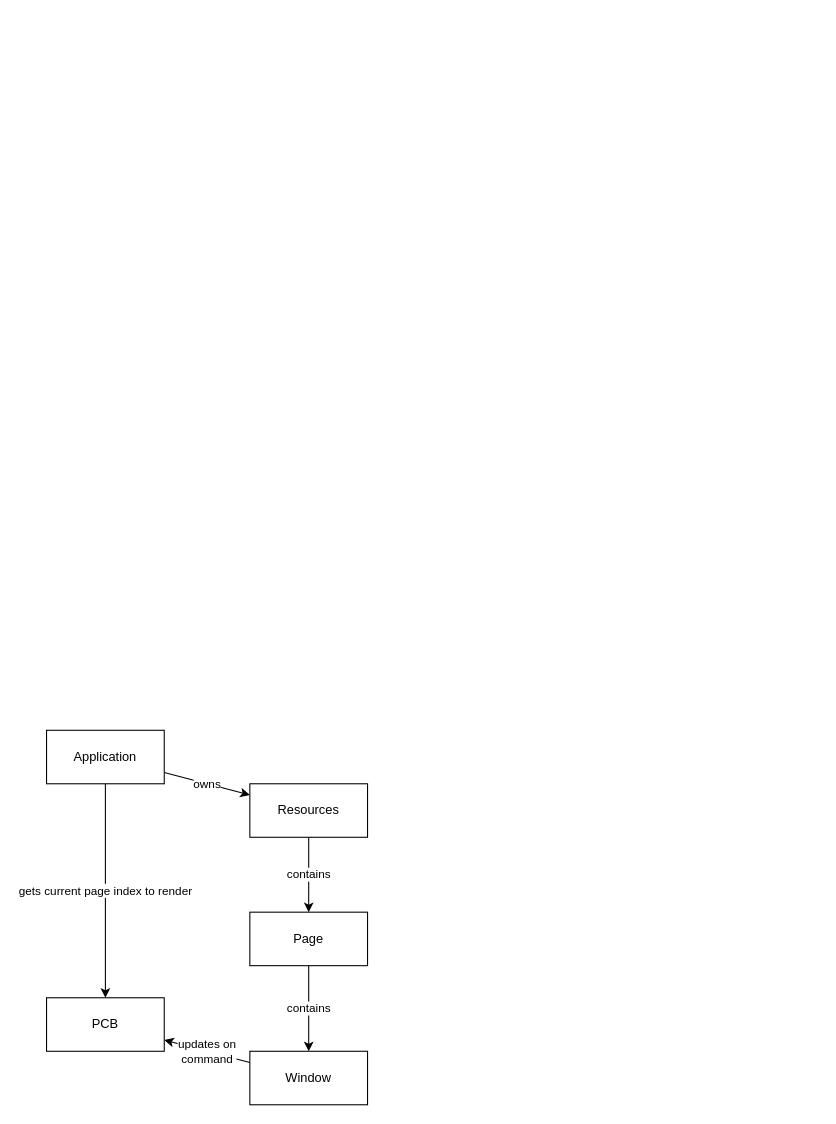
Earlier version of the draw.io diagram docs/cli.drawio (dohuyminh/like-a-chess-engine). Source tidied: cells renumbered, new cells numbered last; positions are measured from the earlier drawing's top-left corner, leaving out a move shared by most shapes. Both pictures are drawn from the tidied source at 107%, with x=0, y=0 at pixel (46, 730).
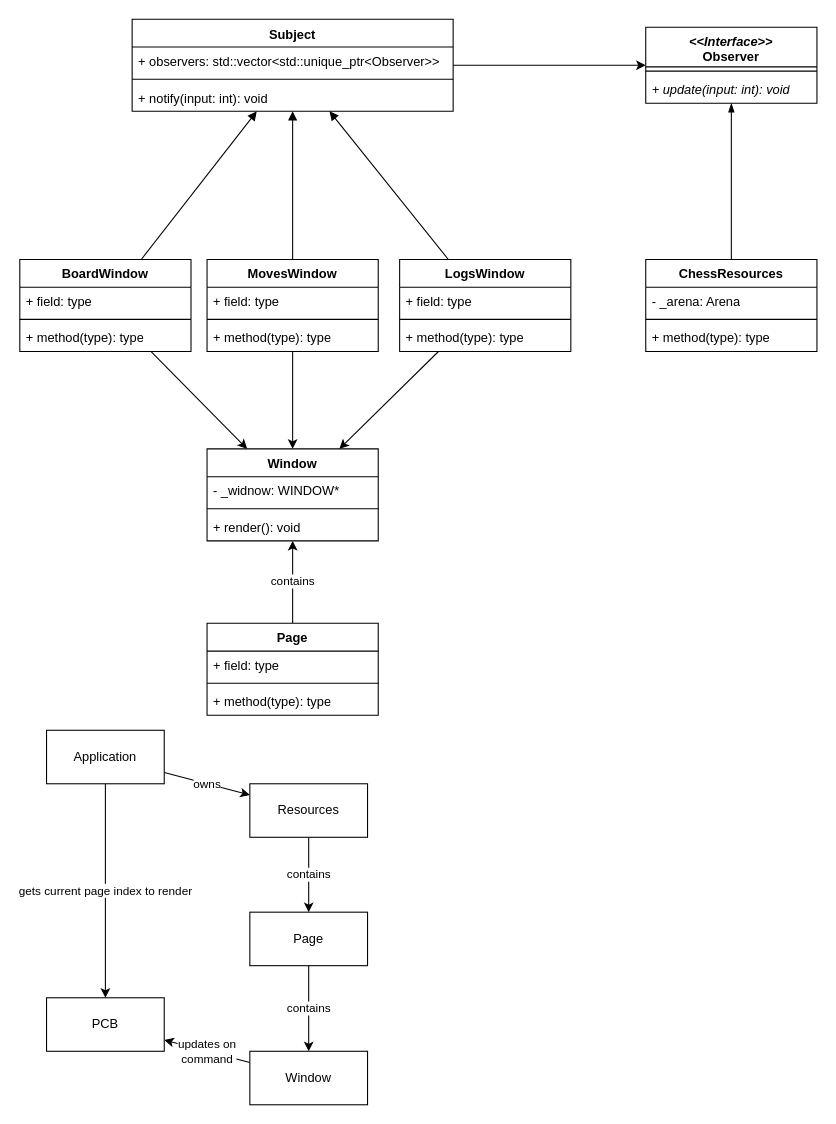
Above is the later version.

Change to the diagram source:
```diff
@@
+    <mxCell id="12" style="edgeStyle=none;html=1;" parent="1" edge="1" source="13" target="17">
+      <mxGeometry relative="1" as="geometry" />
+    </mxCell>
+    <mxCell id="13" value="Subject" style="swimlane;fontStyle=1;align=center;verticalAlign=top;horizontal=1;startSize=26;whiteSpace=wrap;html=1;" parent="1" vertex="1">
+      <mxGeometry x="80" y="-664.5" width="300" height="86" as="geometry" />
+    </mxCell>
+    <mxCell id="14" value="+ observers: std::vector&amp;lt;std::unique_ptr&amp;lt;Observer&amp;gt;&amp;gt;" style="text;strokeColor=none;fillColor=none;align=left;verticalAlign=top;spacingLeft=4;spacingRight=4;overflow=hidden;whiteSpace=wrap;html=1;" parent="13" vertex="1">
+      <mxGeometry y="26" width="300" height="26" as="geometry" />
+    </mxCell>
+    <mxCell id="15" style="line;strokeWidth=1;fillColor=none;align=left;verticalAlign=middle;spacingTop=-1;spacingLeft=3;spacingRight=3;labelPosition=right;strokeColor=inherit;" parent="13" vertex="1">
+      <mxGeometry y="52" width="300" height="8" as="geometry" />
+    </mxCell>
+    <mxCell id="16" value="+ notify(input: int): void" style="text;strokeColor=none;fillColor=none;align=left;verticalAlign=top;spacingLeft=4;spacingRight=4;overflow=hidden;whiteSpace=wrap;html=1;" parent="13" vertex="1">
+      <mxGeometry y="60" width="300" height="26" as="geometry" />
+    </mxCell>
+    <mxCell id="17" value="&lt;div&gt;&lt;i&gt;&amp;lt;&amp;lt;Interface&amp;gt;&amp;gt;&lt;/i&gt;&lt;/div&gt;Observer" style="swimlane;fontStyle=1;align=center;verticalAlign=top;horizontal=1;startSize=37;whiteSpace=wrap;html=1;" parent="1" vertex="1">
+      <mxGeometry x="560" y="-657" width="160" height="71" as="geometry" />
+    </mxCell>
+    <mxCell id="18" style="line;strokeWidth=1;fillColor=none;align=left;verticalAlign=middle;spacingTop=-1;spacingLeft=3;spacingRight=3;labelPosition=right;strokeColor=inherit;" parent="17" vertex="1">
+      <mxGeometry y="37" width="160" height="8" as="geometry" />
+    </mxCell>
+    <mxCell id="19" value="+ update(input: int): void" style="text;strokeColor=none;fillColor=none;align=left;verticalAlign=top;spacingLeft=4;spacingRight=4;overflow=hidden;whiteSpace=wrap;html=1;fontStyle=2;" parent="17" vertex="1">
+      <mxGeometry y="45" width="160" height="26" as="geometry" />
+    </mxCell>
+    <mxCell id="20" style="edgeStyle=none;html=1;endArrow=blockThin;endFill=1;" parent="1" edge="1" source="21" target="17">
+      <mxGeometry relative="1" as="geometry" />
+    </mxCell>
+    <mxCell id="21" value="ChessResources" style="swimlane;fontStyle=1;align=center;verticalAlign=top;horizontal=1;startSize=26;whiteSpace=wrap;html=1;" parent="1" vertex="1">
+      <mxGeometry x="560" y="-440" width="160" height="86" as="geometry" />
+    </mxCell>
+    <mxCell id="22" value="- _arena: Arena" style="text;strokeColor=none;fillColor=none;align=left;verticalAlign=top;spacingLeft=4;spacingRight=4;overflow=hidden;whiteSpace=wrap;html=1;" parent="21" vertex="1">
+      <mxGeometry y="26" width="160" height="26" as="geometry" />
+    </mxCell>
+    <mxCell id="23" style="line;strokeWidth=1;fillColor=none;align=left;verticalAlign=middle;spacingTop=-1;spacingLeft=3;spacingRight=3;labelPosition=right;strokeColor=inherit;" parent="21" vertex="1">
+      <mxGeometry y="52" width="160" height="8" as="geometry" />
+    </mxCell>
+    <mxCell id="24" value="+ method(type): type" style="text;strokeColor=none;fillColor=none;align=left;verticalAlign=top;spacingLeft=4;spacingRight=4;overflow=hidden;whiteSpace=wrap;html=1;" parent="21" vertex="1">
+      <mxGeometry y="60" width="160" height="26" as="geometry" />
+    </mxCell>
+    <mxCell id="25" value="Window" style="swimlane;fontStyle=1;align=center;verticalAlign=top;horizontal=1;startSize=26;whiteSpace=wrap;html=1;" parent="1" vertex="1">
+      <mxGeometry x="150" y="-263" width="160" height="86" as="geometry" />
+    </mxCell>
+    <mxCell id="26" value="- _widnow: WINDOW*" style="text;strokeColor=none;fillColor=none;align=left;verticalAlign=top;spacingLeft=4;spacingRight=4;overflow=hidden;whiteSpace=wrap;html=1;" parent="25" vertex="1">
+      <mxGeometry y="26" width="160" height="26" as="geometry" />
+    </mxCell>
+    <mxCell id="27" style="line;strokeWidth=1;fillColor=none;align=left;verticalAlign=middle;spacingTop=-1;spacingLeft=3;spacingRight=3;labelPosition=right;strokeColor=inherit;" parent="25" vertex="1">
+      <mxGeometry y="52" width="160" height="8" as="geometry" />
+    </mxCell>
+    <mxCell id="28" value="+ render(): void" style="text;strokeColor=none;fillColor=none;align=left;verticalAlign=top;spacingLeft=4;spacingRight=4;overflow=hidden;whiteSpace=wrap;html=1;" parent="25" vertex="1">
+      <mxGeometry y="60" width="160" height="26" as="geometry" />
+    </mxCell>
+    <mxCell id="29" value="contains" style="edgeStyle=none;html=1;" parent="1" edge="1" source="30" target="25">
+      <mxGeometry relative="1" as="geometry" />
+    </mxCell>
+    <mxCell id="30" value="Page" style="swimlane;fontStyle=1;align=center;verticalAlign=top;horizontal=1;startSize=26;whiteSpace=wrap;html=1;" parent="1" vertex="1">
+      <mxGeometry x="150" y="-100" width="160" height="86" as="geometry" />
+    </mxCell>
+    <mxCell id="31" value="+ field: type" style="text;strokeColor=none;fillColor=none;align=left;verticalAlign=top;spacingLeft=4;spacingRight=4;overflow=hidden;whiteSpace=wrap;html=1;" parent="30" vertex="1">
+      <mxGeometry y="26" width="160" height="26" as="geometry" />
+    </mxCell>
+    <mxCell id="32" style="line;strokeWidth=1;fillColor=none;align=left;verticalAlign=middle;spacingTop=-1;spacingLeft=3;spacingRight=3;labelPosition=right;strokeColor=inherit;" parent="30" vertex="1">
+      <mxGeometry y="52" width="160" height="8" as="geometry" />
+    </mxCell>
+    <mxCell id="33" value="+ method(type): type" style="text;strokeColor=none;fillColor=none;align=left;verticalAlign=top;spacingLeft=4;spacingRight=4;overflow=hidden;whiteSpace=wrap;html=1;" parent="30" vertex="1">
+      <mxGeometry y="60" width="160" height="26" as="geometry" />
+    </mxCell>
+    <mxCell id="34" style="edgeStyle=none;html=1;endArrow=block;endFill=1;" parent="1" edge="1" source="36" target="13">
+      <mxGeometry relative="1" as="geometry" />
+    </mxCell>
+    <mxCell id="35" style="edgeStyle=none;html=1;" parent="1" edge="1" source="36" target="25">
+      <mxGeometry relative="1" as="geometry" />
+    </mxCell>
+    <mxCell id="36" value="BoardWindow" style="swimlane;fontStyle=1;align=center;verticalAlign=top;horizontal=1;startSize=26;whiteSpace=wrap;html=1;" parent="1" vertex="1">
+      <mxGeometry x="-25" y="-440" width="160" height="86" as="geometry" />
+    </mxCell>
+    <mxCell id="37" value="+ field: type" style="text;strokeColor=none;fillColor=none;align=left;verticalAlign=top;spacingLeft=4;spacingRight=4;overflow=hidden;whiteSpace=wrap;html=1;" parent="36" vertex="1">
+      <mxGeometry y="26" width="160" height="26" as="geometry" />
+    </mxCell>
+    <mxCell id="38" style="line;strokeWidth=1;fillColor=none;align=left;verticalAlign=middle;spacingTop=-1;spacingLeft=3;spacingRight=3;labelPosition=right;strokeColor=inherit;" parent="36" vertex="1">
+      <mxGeometry y="52" width="160" height="8" as="geometry" />
+    </mxCell>
+    <mxCell id="39" value="+ method(type): type" style="text;strokeColor=none;fillColor=none;align=left;verticalAlign=top;spacingLeft=4;spacingRight=4;overflow=hidden;whiteSpace=wrap;html=1;" parent="36" vertex="1">
+      <mxGeometry y="60" width="160" height="26" as="geometry" />
+    </mxCell>
+    <mxCell id="40" style="edgeStyle=none;html=1;endArrow=block;endFill=1;" parent="1" edge="1" source="42" target="13">
+      <mxGeometry relative="1" as="geometry" />
+    </mxCell>
+    <mxCell id="41" style="edgeStyle=none;html=1;" parent="1" edge="1" source="42" target="25">
+      <mxGeometry relative="1" as="geometry" />
+    </mxCell>
+    <mxCell id="42" value="MovesWindow" style="swimlane;fontStyle=1;align=center;verticalAlign=top;horizontal=1;startSize=26;whiteSpace=wrap;html=1;" parent="1" vertex="1">
+      <mxGeometry x="150" y="-440" width="160" height="86" as="geometry" />
+    </mxCell>
+    <mxCell id="43" value="+ field: type" style="text;strokeColor=none;fillColor=none;align=left;verticalAlign=top;spacingLeft=4;spacingRight=4;overflow=hidden;whiteSpace=wrap;html=1;" parent="42" vertex="1">
+      <mxGeometry y="26" width="160" height="26" as="geometry" />
+    </mxCell>
+    <mxCell id="44" style="line;strokeWidth=1;fillColor=none;align=left;verticalAlign=middle;spacingTop=-1;spacingLeft=3;spacingRight=3;labelPosition=right;strokeColor=inherit;" parent="42" vertex="1">
+      <mxGeometry y="52" width="160" height="8" as="geometry" />
+    </mxCell>
+    <mxCell id="45" value="+ method(type): type" style="text;strokeColor=none;fillColor=none;align=left;verticalAlign=top;spacingLeft=4;spacingRight=4;overflow=hidden;whiteSpace=wrap;html=1;" parent="42" vertex="1">
+      <mxGeometry y="60" width="160" height="26" as="geometry" />
+    </mxCell>
+    <mxCell id="46" style="edgeStyle=none;html=1;endArrow=block;endFill=1;" parent="1" edge="1" source="48" target="13">
+      <mxGeometry relative="1" as="geometry" />
+    </mxCell>
+    <mxCell id="47" style="edgeStyle=none;html=1;" parent="1" edge="1" source="48" target="25">
+      <mxGeometry relative="1" as="geometry" />
+    </mxCell>
+    <mxCell id="48" value="LogsWindow" style="swimlane;fontStyle=1;align=center;verticalAlign=top;horizontal=1;startSize=26;whiteSpace=wrap;html=1;" parent="1" vertex="1">
+      <mxGeometry x="330" y="-440" width="160" height="86" as="geometry" />
+    </mxCell>
+    <mxCell id="49" value="+ field: type" style="text;strokeColor=none;fillColor=none;align=left;verticalAlign=top;spacingLeft=4;spacingRight=4;overflow=hidden;whiteSpace=wrap;html=1;" parent="48" vertex="1">
+      <mxGeometry y="26" width="160" height="26" as="geometry" />
+    </mxCell>
+    <mxCell id="50" style="line;strokeWidth=1;fillColor=none;align=left;verticalAlign=middle;spacingTop=-1;spacingLeft=3;spacingRight=3;labelPosition=right;strokeColor=inherit;" parent="48" vertex="1">
+      <mxGeometry y="52" width="160" height="8" as="geometry" />
+    </mxCell>
+    <mxCell id="51" value="+ method(type): type" style="text;strokeColor=none;fillColor=none;align=left;verticalAlign=top;spacingLeft=4;spacingRight=4;overflow=hidden;whiteSpace=wrap;html=1;" parent="48" vertex="1">
+      <mxGeometry y="60" width="160" height="26" as="geometry" />
+    </mxCell>
```
